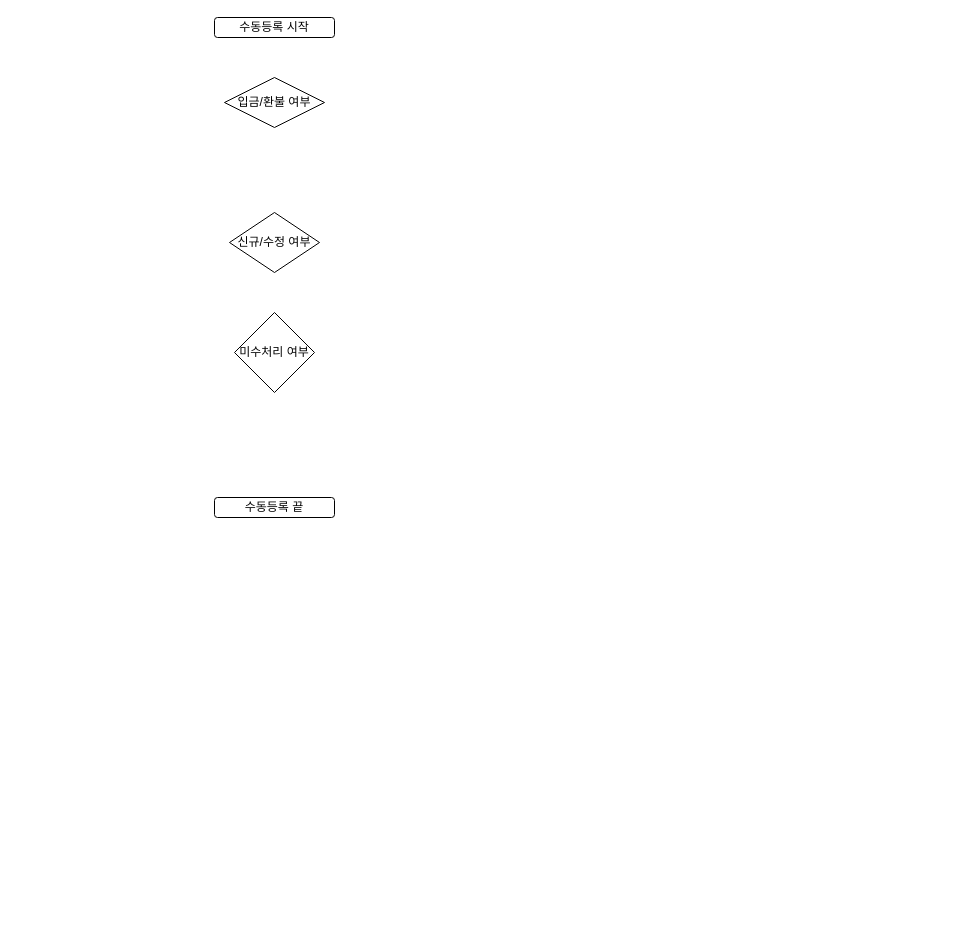
The draw.io diagram page "입금/환불 수동 등록" (2 of 5) of 제목 없는 다이어그램.drawio in nsnnsn12/TestProject, before the edit. Source tidied: cells renumbered, new cells numbered last; positions are measured from the earlier drawing's top-left corner, leaving out a move shared by most shapes. Both pictures are drawn from the tidied source at 100%, with x=0, y=0 at pixel (214, 17).
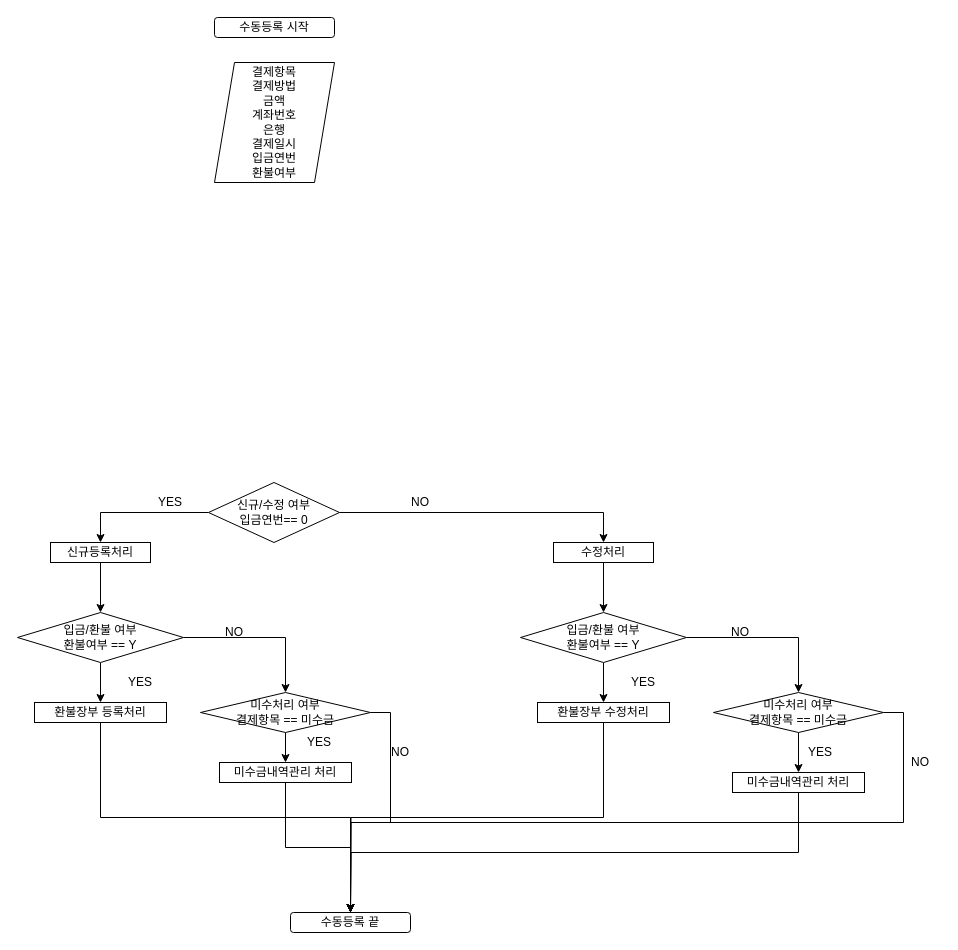
The same page after the edit.

Commit message (it also covers changes not shown here):
제목 없는 다이어그램.drawio 업데이트

Change to the diagram source:
```diff
@@
     <mxCell id="3" value="수동등록 끝" style="rounded=1;whiteSpace=wrap;html=1;" parent="1" vertex="1">
-      <mxGeometry y="480" width="120" height="20" as="geometry" />
+      <mxGeometry x="76" y="895" width="120" height="20" as="geometry" />
     </mxCell>
+    <mxCell id="7" style="edgeStyle=orthogonalEdgeStyle;rounded=0;jettySize=auto;html=1;exitX=0.5;exitY=1;exitDx=0;exitDy=0;entryX=0.5;entryY=0;entryDx=0;entryDy=0;" parent="1" edge="1" source="4" target="24">
+      <mxGeometry relative="1" as="geometry" />
+    </mxCell>
+    <mxCell id="8" style="edgeStyle=orthogonalEdgeStyle;rounded=0;jettySize=auto;html=1;exitX=1;exitY=0.5;exitDx=0;exitDy=0;" parent="1" edge="1" source="4" target="6">
+      <mxGeometry relative="1" as="geometry" />
+    </mxCell>
-    <mxCell id="4" value="입금/환불 여부" style="rhombus;whiteSpace=wrap;html=1;" parent="1" vertex="1">
-      <mxGeometry x="10" y="60" width="100" height="50" as="geometry" />
+    <mxCell id="4" value="입금/환불 여부&lt;br&gt;환불여부 == Y" style="rhombus;whiteSpace=wrap;html=1;" parent="1" vertex="1">
+      <mxGeometry x="-197" y="595" width="166" height="50" as="geometry" />
     </mxCell>
+    <mxCell id="9" style="edgeStyle=orthogonalEdgeStyle;rounded=0;jettySize=auto;html=1;exitX=0;exitY=0.5;exitDx=0;exitDy=0;entryX=0.5;entryY=0;entryDx=0;entryDy=0;" parent="1" edge="1" source="5" target="15">
+      <mxGeometry relative="1" as="geometry" />
+    </mxCell>
+    <mxCell id="10" style="edgeStyle=orthogonalEdgeStyle;rounded=0;jettySize=auto;html=1;exitX=1;exitY=0.5;exitDx=0;exitDy=0;entryX=0.5;entryY=0;entryDx=0;entryDy=0;" parent="1" edge="1" source="5" target="17">
+      <mxGeometry relative="1" as="geometry" />
+    </mxCell>
-    <mxCell id="5" value="신규/수정 여부" style="rhombus;whiteSpace=wrap;html=1;" parent="1" vertex="1">
-      <mxGeometry x="15" y="195" width="90" height="60" as="geometry" />
+    <mxCell id="5" value="신규/수정 여부&lt;br&gt;입금연번== 0" style="rhombus;whiteSpace=wrap;html=1;" parent="1" vertex="1">
+      <mxGeometry x="-6" y="465" width="131" height="60" as="geometry" />
     </mxCell>
+    <mxCell id="11" style="edgeStyle=orthogonalEdgeStyle;rounded=0;jettySize=auto;html=1;exitX=0.5;exitY=1;exitDx=0;exitDy=0;" parent="1" edge="1" source="6" target="33">
+      <mxGeometry relative="1" as="geometry" />
+    </mxCell>
+    <mxCell id="12" style="edgeStyle=orthogonalEdgeStyle;rounded=0;jettySize=auto;html=1;exitX=1;exitY=0.5;exitDx=0;exitDy=0;" parent="1" edge="1" source="6">
+      <mxGeometry relative="1" as="geometry">
+        <mxPoint x="136" y="895" as="targetPoint" />
+      </mxGeometry>
+    </mxCell>
-    <mxCell id="6" value="미수처리 여부" style="rhombus;whiteSpace=wrap;html=1;" parent="1" vertex="1">
-      <mxGeometry x="20" y="295" width="80" height="80" as="geometry" />
+    <mxCell id="6" value="미수처리 여부&lt;br&gt;결제항목 == 미수금" style="rhombus;whiteSpace=wrap;html=1;" parent="1" vertex="1">
+      <mxGeometry x="-14" y="675" width="170" height="40" as="geometry" />
     </mxCell>
+    <mxCell id="13" value="결제항목&lt;br&gt;결제방법&lt;br&gt;금액&lt;br&gt;계좌번호&lt;br&gt;은행&lt;br&gt;결제일시&lt;br&gt;입금연번&lt;br&gt;환불여부" style="shape=parallelogram;perimeter=parallelogramPerimeter;whiteSpace=wrap;html=1;fixedSize=1;" parent="1" vertex="1">
+      <mxGeometry y="45" width="120" height="120" as="geometry" />
+    </mxCell>
+    <mxCell id="14" style="edgeStyle=orthogonalEdgeStyle;rounded=0;jettySize=auto;html=1;exitX=0.5;exitY=1;exitDx=0;exitDy=0;" parent="1" edge="1" source="15" target="4">
+      <mxGeometry relative="1" as="geometry" />
+    </mxCell>
+    <mxCell id="15" value="신규등록처리" style="rounded=0;whiteSpace=wrap;html=1;" parent="1" vertex="1">
+      <mxGeometry x="-164" y="525" width="100" height="20" as="geometry" />
+    </mxCell>
+    <mxCell id="16" style="edgeStyle=orthogonalEdgeStyle;rounded=0;jettySize=auto;html=1;exitX=0.5;exitY=1;exitDx=0;exitDy=0;entryX=0.5;entryY=0;entryDx=0;entryDy=0;" parent="1" edge="1" source="17" target="22">
+      <mxGeometry relative="1" as="geometry" />
+    </mxCell>
+    <mxCell id="17" value="수정처리" style="rounded=0;whiteSpace=wrap;html=1;" parent="1" vertex="1">
+      <mxGeometry x="339" y="525" width="100" height="20" as="geometry" />
+    </mxCell>
+    <mxCell id="18" value="YES" style="text;html=1;strokeColor=none;fillColor=none;align=center;verticalAlign=middle;whiteSpace=wrap;rounded=0;" parent="1" vertex="1">
+      <mxGeometry x="-64" y="475" width="40" height="20" as="geometry" />
+    </mxCell>
+    <mxCell id="19" value="NO" style="text;html=1;strokeColor=none;fillColor=none;align=center;verticalAlign=middle;whiteSpace=wrap;rounded=0;" parent="1" vertex="1">
+      <mxGeometry x="186" y="475" width="40" height="20" as="geometry" />
+    </mxCell>
+    <mxCell id="20" style="edgeStyle=orthogonalEdgeStyle;rounded=0;jettySize=auto;html=1;exitX=0.5;exitY=1;exitDx=0;exitDy=0;entryX=0.5;entryY=0;entryDx=0;entryDy=0;" parent="1" edge="1" source="22" target="26">
+      <mxGeometry relative="1" as="geometry" />
+    </mxCell>
+    <mxCell id="21" style="edgeStyle=orthogonalEdgeStyle;rounded=0;jettySize=auto;html=1;exitX=1;exitY=0.5;exitDx=0;exitDy=0;entryX=0.5;entryY=0;entryDx=0;entryDy=0;" parent="1" edge="1" source="22" target="31">
+      <mxGeometry relative="1" as="geometry" />
+    </mxCell>
+    <mxCell id="22" value="입금/환불 여부&lt;br&gt;환불여부 == Y" style="rhombus;whiteSpace=wrap;html=1;" parent="1" vertex="1">
+      <mxGeometry x="306" y="595" width="166" height="50" as="geometry" />
+    </mxCell>
+    <mxCell id="23" style="edgeStyle=orthogonalEdgeStyle;rounded=0;jettySize=auto;html=1;exitX=0.5;exitY=1;exitDx=0;exitDy=0;entryX=0.5;entryY=0;entryDx=0;entryDy=0;" parent="1" edge="1" source="24" target="3">
+      <mxGeometry relative="1" as="geometry" />
+    </mxCell>
+    <mxCell id="24" value="환불장부 등록처리" style="rounded=0;whiteSpace=wrap;html=1;" parent="1" vertex="1">
+      <mxGeometry x="-180" y="685" width="132" height="20" as="geometry" />
+    </mxCell>
+    <mxCell id="25" style="edgeStyle=orthogonalEdgeStyle;rounded=0;jettySize=auto;html=1;exitX=0.5;exitY=1;exitDx=0;exitDy=0;" parent="1" edge="1" source="26">
+      <mxGeometry relative="1" as="geometry">
+        <mxPoint x="136" y="895" as="targetPoint" />
+      </mxGeometry>
+    </mxCell>
+    <mxCell id="26" value="환불장부 수정처리" style="rounded=0;whiteSpace=wrap;html=1;" parent="1" vertex="1">
+      <mxGeometry x="323" y="685" width="132" height="20" as="geometry" />
+    </mxCell>
+    <mxCell id="27" value="YES" style="text;html=1;strokeColor=none;fillColor=none;align=center;verticalAlign=middle;whiteSpace=wrap;rounded=0;" parent="1" vertex="1">
+      <mxGeometry x="-94" y="655" width="40" height="20" as="geometry" />
+    </mxCell>
+    <mxCell id="28" value="YES" style="text;html=1;strokeColor=none;fillColor=none;align=center;verticalAlign=middle;whiteSpace=wrap;rounded=0;" parent="1" vertex="1">
+      <mxGeometry x="409" y="655" width="40" height="20" as="geometry" />
+    </mxCell>
+    <mxCell id="29" style="edgeStyle=orthogonalEdgeStyle;rounded=0;jettySize=auto;html=1;exitX=0.5;exitY=1;exitDx=0;exitDy=0;entryX=0.5;entryY=0;entryDx=0;entryDy=0;" parent="1" edge="1" source="31" target="35">
+      <mxGeometry relative="1" as="geometry" />
+    </mxCell>
+    <mxCell id="30" style="edgeStyle=orthogonalEdgeStyle;rounded=0;jettySize=auto;html=1;exitX=1;exitY=0.5;exitDx=0;exitDy=0;entryX=0.5;entryY=0;entryDx=0;entryDy=0;" parent="1" edge="1" source="31" target="3">
+      <mxGeometry relative="1" as="geometry" />
+    </mxCell>
+    <mxCell id="31" value="미수처리 여부&lt;br&gt;결제항목 == 미수금" style="rhombus;whiteSpace=wrap;html=1;" parent="1" vertex="1">
+      <mxGeometry x="499" y="675" width="170" height="40" as="geometry" />
+    </mxCell>
+    <mxCell id="32" style="edgeStyle=orthogonalEdgeStyle;rounded=0;jettySize=auto;html=1;exitX=0.5;exitY=1;exitDx=0;exitDy=0;entryX=0.5;entryY=0;entryDx=0;entryDy=0;" parent="1" edge="1" source="33" target="3">
+      <mxGeometry relative="1" as="geometry" />
+    </mxCell>
+    <mxCell id="33" value="미수금내역관리 처리" style="rounded=0;whiteSpace=wrap;html=1;" parent="1" vertex="1">
+      <mxGeometry x="5" y="745" width="132" height="20" as="geometry" />
+    </mxCell>
+    <mxCell id="34" style="edgeStyle=orthogonalEdgeStyle;rounded=0;jettySize=auto;html=1;exitX=0.5;exitY=1;exitDx=0;exitDy=0;" parent="1" edge="1" source="35">
+      <mxGeometry relative="1" as="geometry">
+        <mxPoint x="136" y="895" as="targetPoint" />
+      </mxGeometry>
+    </mxCell>
+    <mxCell id="35" value="미수금내역관리 처리" style="rounded=0;whiteSpace=wrap;html=1;" parent="1" vertex="1">
+      <mxGeometry x="518" y="755" width="132" height="20" as="geometry" />
+    </mxCell>
+    <mxCell id="36" value="YES" style="text;html=1;strokeColor=none;fillColor=none;align=center;verticalAlign=middle;whiteSpace=wrap;rounded=0;" parent="1" vertex="1">
+      <mxGeometry x="85" y="715" width="40" height="20" as="geometry" />
+    </mxCell>
+    <mxCell id="37" value="YES" style="text;html=1;strokeColor=none;fillColor=none;align=center;verticalAlign=middle;whiteSpace=wrap;rounded=0;" parent="1" vertex="1">
+      <mxGeometry x="586" y="725" width="40" height="20" as="geometry" />
+    </mxCell>
+    <mxCell id="38" value="NO" style="text;html=1;strokeColor=none;fillColor=none;align=center;verticalAlign=middle;whiteSpace=wrap;rounded=0;" parent="1" vertex="1">
+      <mxGeometry y="605" width="40" height="20" as="geometry" />
+    </mxCell>
+    <mxCell id="39" value="NO" style="text;html=1;strokeColor=none;fillColor=none;align=center;verticalAlign=middle;whiteSpace=wrap;rounded=0;" parent="1" vertex="1">
+      <mxGeometry x="506" y="605" width="40" height="20" as="geometry" />
+    </mxCell>
+    <mxCell id="40" value="NO" style="text;html=1;strokeColor=none;fillColor=none;align=center;verticalAlign=middle;whiteSpace=wrap;rounded=0;" parent="1" vertex="1">
+      <mxGeometry x="166" y="725" width="40" height="20" as="geometry" />
+    </mxCell>
+    <mxCell id="41" value="NO" style="text;html=1;strokeColor=none;fillColor=none;align=center;verticalAlign=middle;whiteSpace=wrap;rounded=0;" parent="1" vertex="1">
+      <mxGeometry x="686" y="735" width="40" height="20" as="geometry" />
+    </mxCell>
```
